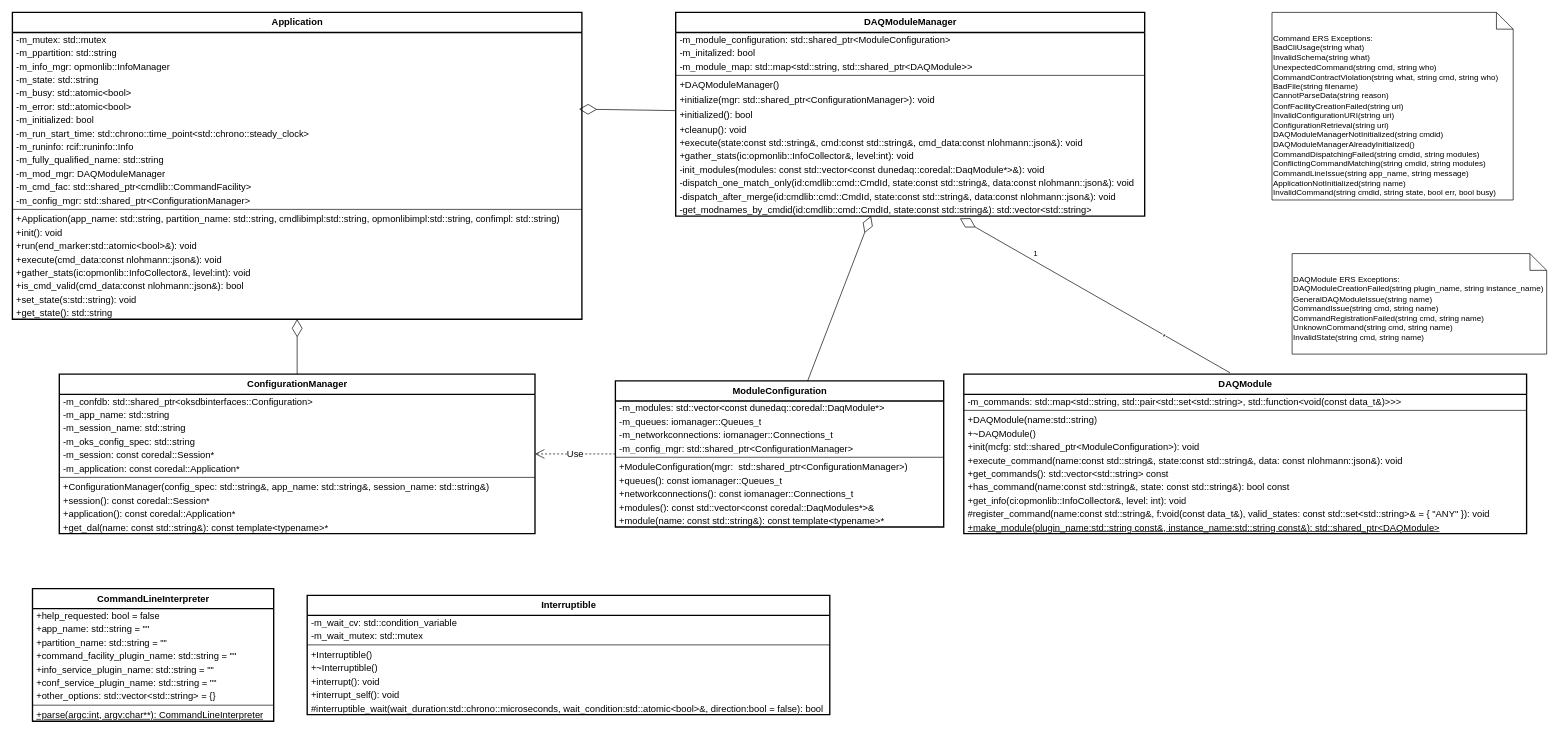
Earlier version of the draw.io diagram page "OKS Config with ConfigurationHandler" (1 of 3) of docs/appfwk.drawio (DUNE-DAQ/appfwk). Source tidied: cells renumbered, new cells numbered last; positions are measured from the earlier drawing's top-left corner, leaving out a move shared by most shapes. Both pictures are drawn from the tidied source at 67%, with x=0, y=0 at pixel (12, 12).
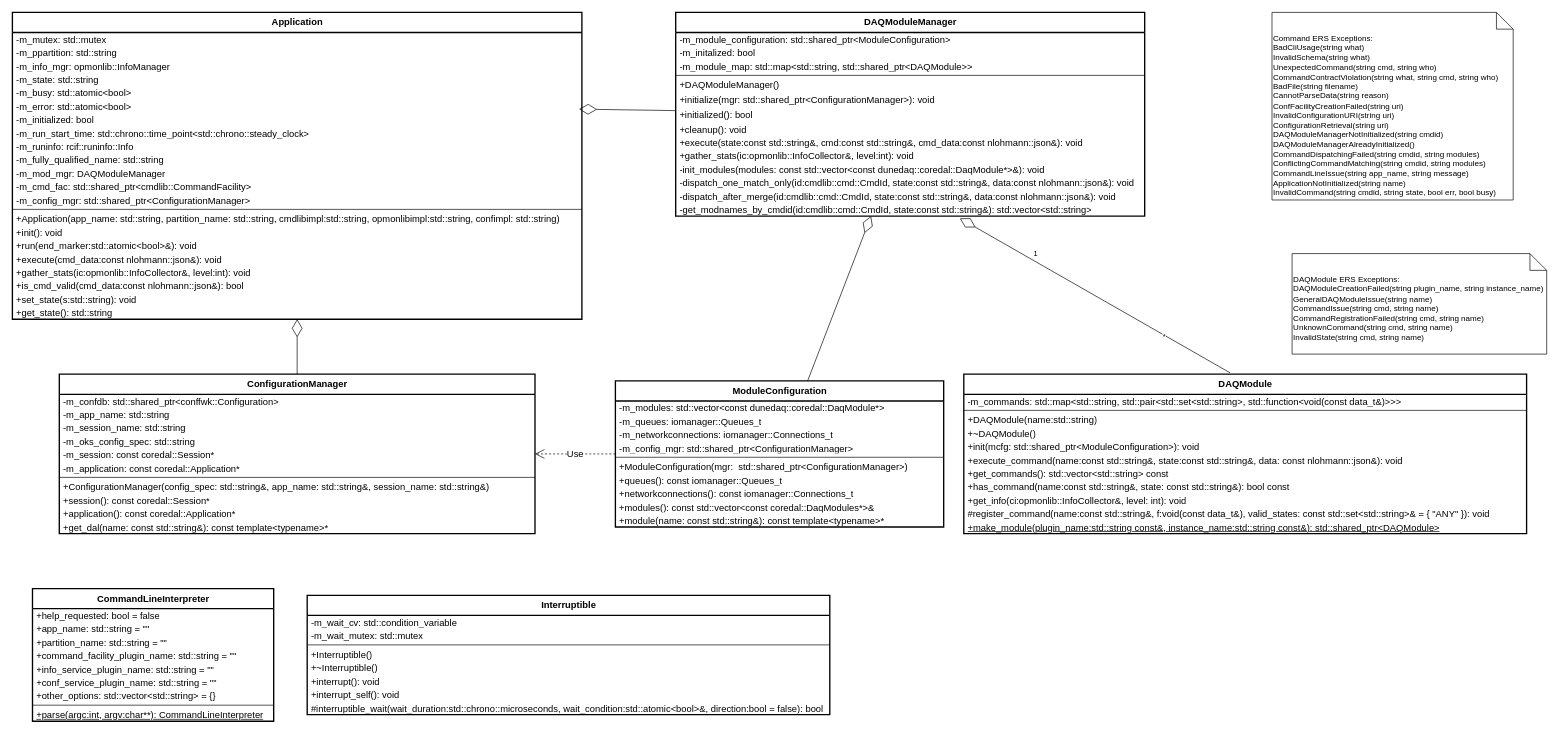
The same diagram, later.

Unchanged cells that the change refers to:
```xml
<mxCell id="80" value="&lt;b&gt;ConfigurationManager&lt;br&gt;&lt;/b&gt;" style="swimlane;fontStyle=0;align=center;verticalAlign=top;horizontal=1;startSize=30;html=1;fontFamily=Helvetica;fontSize=14;strokeWidth=2;fillColor=default;" parent="1" vertex="1">
  <mxGeometry x="70" y="540" width="710" height="238" as="geometry" />
</mxCell>
```

Change to the diagram source:
```diff
@@
-    <mxCell id="81" value="-m_confdb: std::shared_ptr&amp;lt;oksdbinterfaces::Configuration&amp;gt;" style="text;html=1;strokeColor=none;fillColor=none;align=left;verticalAlign=middle;spacingLeft=4;spacingRight=4;overflow=hidden;fontFamily=Helvetica;fontSize=14;" parent="80" vertex="1">
+    <mxCell id="81" value="-m_confdb: std::shared_ptr&amp;lt;conffwk::Configuration&amp;gt;" style="text;html=1;strokeColor=none;fillColor=none;align=left;verticalAlign=middle;spacingLeft=4;spacingRight=4;overflow=hidden;fontFamily=Helvetica;fontSize=14;" parent="80" vertex="1">
       <mxGeometry y="30" width="710" height="20" as="geometry" />
     </mxCell>
```
